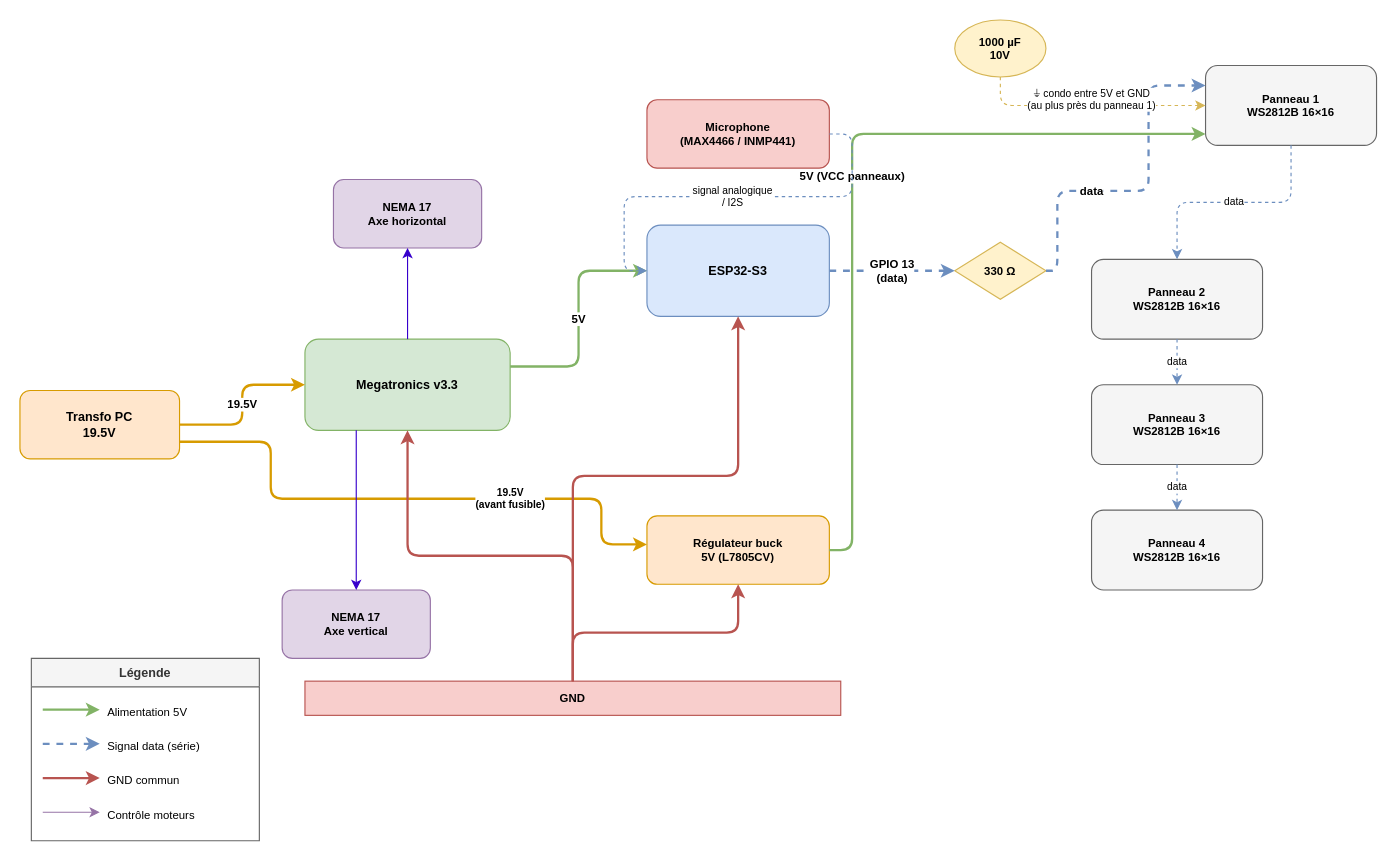
This is docs/schema_electronique.drawio from matthieupoupin3704-alt/la-ruche-matrix, a draw.io file, before an edit. Source tidied: cells renumbered, new cells numbered last; positions are measured from the earlier drawing's top-left corner, leaving out a move shared by most shapes. Both pictures are drawn from the tidied source at 114%, with x=0, y=0 at pixel (19, 19).
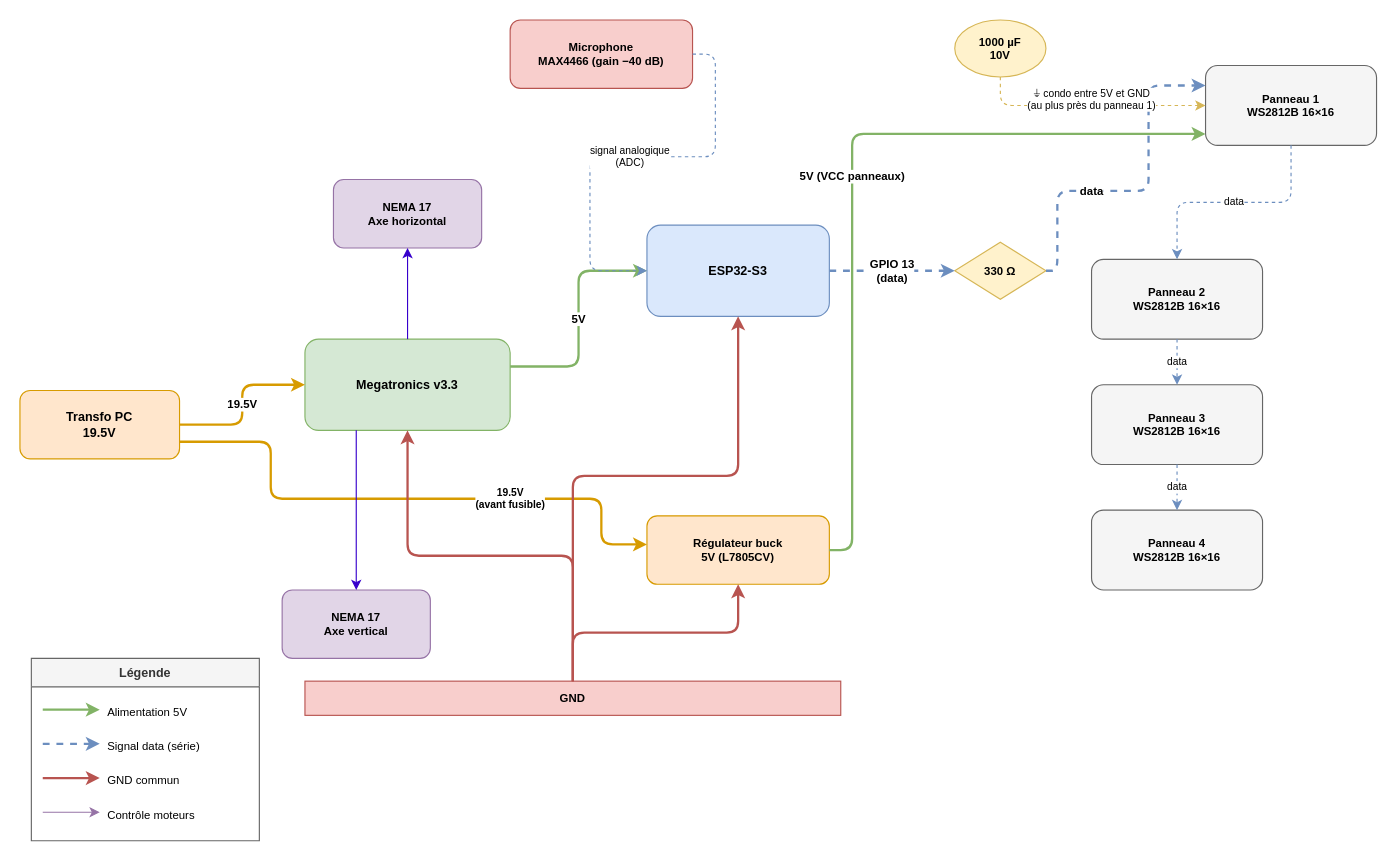
Above is the later version.

Commit message (it also covers changes not shown here):
feat: ajout microphone MAX4466 (gain -40 dB) — schéma et article

Unchanged cells that the change refers to:
```xml
<mxCell id="4" value="ESP32-S3" style="rounded=1;whiteSpace=wrap;html=1;fillColor=#dae8fc;strokeColor=#6c8ebf;fontStyle=1;fontSize=11;" parent="1" vertex="1">
  <mxGeometry x="550" y="180" width="160" height="80" as="geometry" />
</mxCell>
```

The edit, as a diff of the source:
```diff
@@
-    <mxCell id="37" value="Microphone&#10;(MAX4466 / INMP441)" style="rounded=1;whiteSpace=wrap;html=1;fillColor=#f8cecc;strokeColor=#b85450;fontStyle=1;fontSize=10;" parent="1" vertex="1">
-      <mxGeometry x="550" y="70" width="160" height="60" as="geometry" />
+    <mxCell id="37" value="Microphone&#10;MAX4466 (gain −40 dB)" style="rounded=1;whiteSpace=wrap;html=1;fillColor=#f8cecc;strokeColor=#b85450;fontStyle=1;fontSize=10;" parent="1" vertex="1">
+      <mxGeometry x="430" width="160" height="60" as="geometry" />
     </mxCell>
-    <mxCell id="38" value="signal analogique&#10;/ I2S" style="edgeStyle=orthogonalEdgeStyle;rounded=1;jettySize=auto;html=1;strokeColor=#6c8ebf;strokeWidth=1;fontStyle=0;fontSize=9;dashed=1;exitX=1;exitY=0.5;exitDx=0;exitDy=0;entryX=0;entryY=0.5;entryDx=0;entryDy=0;" parent="1" edge="1" source="37" target="4">
-      <mxGeometry relative="1" as="geometry" />
+    <mxCell id="38" value="signal analogique&#10;(ADC)" style="edgeStyle=orthogonalEdgeStyle;rounded=1;jettySize=auto;html=1;strokeColor=#6c8ebf;strokeWidth=1;fontStyle=0;fontSize=9;dashed=1;exitX=1;exitY=0.5;exitDx=0;exitDy=0;entryX=0;entryY=0.5;entryDx=0;entryDy=0;" parent="1" edge="1" source="37" target="4">
+      <mxGeometry relative="1" as="geometry">
+        <Array as="points">
+          <mxPoint x="610" y="30" />
+          <mxPoint x="610" y="120" />
+          <mxPoint x="500" y="120" />
+          <mxPoint x="500" y="220" />
+        </Array>
+      </mxGeometry>
     </mxCell>
```
